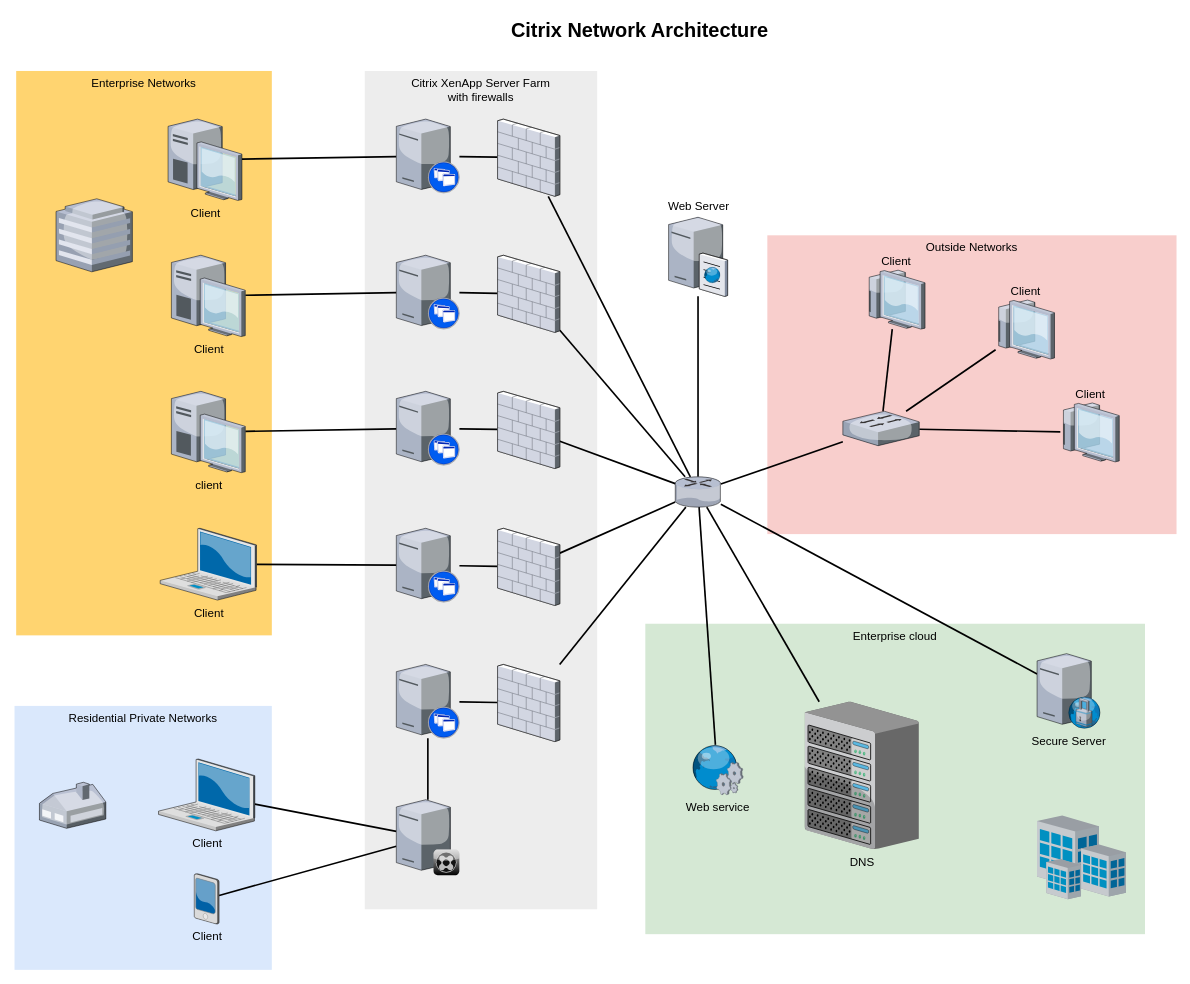
fzied/diagrams keeps this draw.io diagram as symmetryk-infrastructure.drawio. Above is the earlier version. Source tidied: cells renumbered, new cells numbered last; positions are measured from the earlier drawing's top-left corner, leaving out a move shared by most shapes. Both pictures are drawn from the tidied source at 83%, with x=0, y=0 at pixel (14, 14).
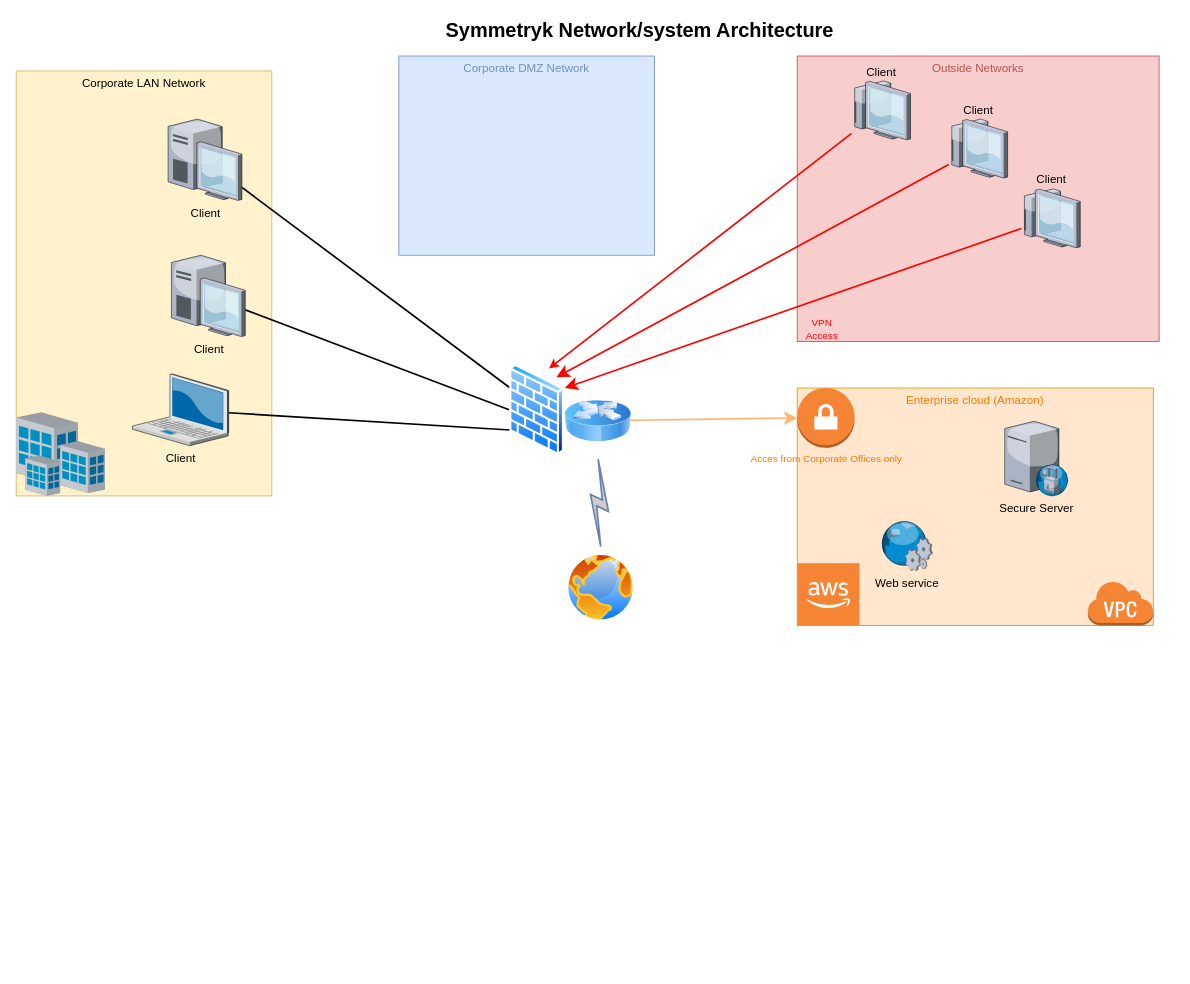
The same diagram, later.

Commit message:
changed infrastructure design

The change refers to these unchanged cells:
```xml
<mxCell id="14" value="Client" style="verticalLabelPosition=bottom;html=1;verticalAlign=top;strokeColor=none;shape=mxgraph.citrix.desktop;fillColor=#66B2FF;gradientColor=#0066CC;fontSize=14;" parent="1" vertex="1">
  <mxGeometry x="189" y="290" width="89" height="98" as="geometry" />
</mxCell>
<mxCell id="16" value="Client" style="verticalLabelPosition=bottom;html=1;verticalAlign=top;strokeColor=none;shape=mxgraph.citrix.desktop;fillColor=#66B2FF;gradientColor=#0066CC;fontSize=14;" parent="1" vertex="1">
  <mxGeometry x="185" y="126" width="89" height="98" as="geometry" />
</mxCell>
```

Diff of the diagram source:
```diff
@@
-    <mxCell id="2" value="Outside Networks" style="whiteSpace=wrap;html=1;fillColor=#f8cecc;fontSize=14;strokeColor=none;verticalAlign=top;" parent="1" vertex="1">
-      <mxGeometry x="907" y="266" width="493" height="360" as="geometry" />
+    <mxCell id="2" value="Outside Networks" style="whiteSpace=wrap;html=1;fillColor=#f8cecc;fontSize=14;strokeColor=#b85450;verticalAlign=top;fontColor=#b85450;" parent="1" vertex="1">
+      <mxGeometry x="943" y="50" width="436" height="344" as="geometry" />
     </mxCell>
-    <mxCell id="3" value="Enterprise cloud" style="whiteSpace=wrap;html=1;fillColor=#d5e8d4;fontSize=14;strokeColor=none;verticalAlign=top;" parent="1" vertex="1">
-      <mxGeometry x="760" y="734" width="602" height="374" as="geometry" />
+    <mxCell id="3" value="Enterprise cloud (Amazon)" style="whiteSpace=wrap;html=1;fillColor=#ffe6cc;fontSize=14;strokeColor=#d79b00;verticalAlign=top;fontColor=#FF7800;" parent="1" vertex="1">
+      <mxGeometry x="943" y="450" width="429" height="286" as="geometry" />
     </mxCell>
-    <mxCell id="4" value="Citrix XenApp Server Farm&lt;div&gt;with firewalls&lt;/div&gt;" style="whiteSpace=wrap;html=1;fillColor=#EDEDED;fontSize=14;strokeColor=none;verticalAlign=top;" parent="1" vertex="1">
-      <mxGeometry x="422" y="68" width="280" height="1010" as="geometry" />
-    </mxCell>
-    <mxCell id="5" value="Residential Private Networks" style="whiteSpace=wrap;html=1;fillColor=#dae8fc;fontSize=14;strokeColor=none;verticalAlign=top;" parent="1" vertex="1">
-      <mxGeometry y="833" width="310" height="318" as="geometry" />
-    </mxCell>
-    <mxCell id="6" value="Enterprise Networks" style="whiteSpace=wrap;html=1;fillColor=#FFD470;gradientColor=none;fontSize=14;strokeColor=none;verticalAlign=top;" parent="1" vertex="1">
-      <mxGeometry x="2" y="68" width="308" height="680" as="geometry" />
+    <mxCell id="6" value="Corporate LAN Network" style="whiteSpace=wrap;html=1;fillColor=#fff2cc;fontSize=14;strokeColor=#d6b656;verticalAlign=top;" parent="1" vertex="1">
+      <mxGeometry x="2" y="68" width="308" height="512" as="geometry" />
     </mxCell>
-    <mxCell id="7" style="edgeStyle=none;rounded=0;html=1;startSize=10;endSize=10;jettySize=auto;fontSize=14;endArrow=none;endFill=0;strokeWidth=2;" parent="1" edge="1" source="8" target="35">
-      <mxGeometry relative="1" as="geometry" />
-    </mxCell>
-    <mxCell id="8" value="Client" style="verticalLabelPosition=bottom;html=1;verticalAlign=top;strokeColor=none;shape=mxgraph.citrix.laptop_2;fillColor=#66B2FF;gradientColor=#0066CC;fontSize=14;" parent="1" vertex="1">
-      <mxGeometry x="173.5" y="897" width="116" height="86.5" as="geometry" />
-    </mxCell>
-    <mxCell id="9" style="edgeStyle=none;rounded=0;html=1;startSize=10;endSize=10;jettySize=auto;fontSize=14;endArrow=none;endFill=0;strokeWidth=2;" parent="1" edge="1" source="10" target="22">
+    <mxCell id="9" style="edgeStyle=none;rounded=0;html=1;startSize=10;endSize=10;jettySize=auto;fontSize=14;endArrow=none;endFill=0;strokeWidth=2;entryX=0;entryY=0.75;entryDx=0;entryDy=0;" parent="1" edge="1" source="10" target="63">
       <mxGeometry relative="1" as="geometry" />
     </mxCell>
     <mxCell id="10" value="Client" style="verticalLabelPosition=bottom;html=1;verticalAlign=top;strokeColor=none;shape=mxgraph.citrix.laptop_2;fillColor=#66B2FF;gradientColor=#0066CC;fontSize=14;" parent="1" vertex="1">
-      <mxGeometry x="175.5" y="619" width="116" height="86.5" as="geometry" />
+      <mxGeometry x="142" y="433" width="116" height="86.5" as="geometry" />
     </mxCell>
-    <mxCell id="11" style="edgeStyle=none;rounded=0;html=1;startSize=10;endSize=10;jettySize=auto;fontSize=14;endArrow=none;endFill=0;strokeWidth=2;" parent="1" edge="1" source="12" target="24">
-      <mxGeometry relative="1" as="geometry" />
-    </mxCell>
-    <mxCell id="12" value="client" style="verticalLabelPosition=bottom;html=1;verticalAlign=top;strokeColor=none;shape=mxgraph.citrix.desktop;fillColor=#66B2FF;gradientColor=#0066CC;fontSize=14;" parent="1" vertex="1">
-      <mxGeometry x="189" y="454" width="89" height="98" as="geometry" />
-    </mxCell>
-    <mxCell id="13" style="edgeStyle=none;rounded=0;html=1;startSize=10;endSize=10;jettySize=auto;fontSize=14;endArrow=none;endFill=0;strokeWidth=2;" parent="1" edge="1" source="14" target="26">
+    <mxCell id="13" style="edgeStyle=none;rounded=0;html=1;startSize=10;endSize=10;jettySize=auto;fontSize=14;endArrow=none;endFill=0;strokeWidth=2;entryX=0;entryY=0.5;entryDx=0;entryDy=0;" parent="1" edge="1" source="14" target="63">
       <mxGeometry relative="1" as="geometry" />
     </mxCell>
@@
-    <mxCell id="15" style="edgeStyle=none;rounded=0;html=1;startSize=10;endSize=10;jettySize=auto;fontSize=14;endArrow=none;endFill=0;strokeWidth=2;" parent="1" edge="1" source="16" target="28">
+    <mxCell id="15" style="edgeStyle=none;rounded=0;html=1;startSize=10;endSize=10;jettySize=auto;fontSize=14;endArrow=none;endFill=0;strokeWidth=2;entryX=0;entryY=0.25;entryDx=0;entryDy=0;" parent="1" edge="1" source="16" target="63">
       <mxGeometry relative="1" as="geometry" />
     </mxCell>
@@
-    <mxCell id="17" style="edgeStyle=none;rounded=0;html=1;startSize=10;endSize=10;jettySize=auto;fontSize=14;endArrow=none;endFill=0;strokeWidth=2;" parent="1" edge="1" source="18" target="35">
-      <mxGeometry relative="1" as="geometry" />
-    </mxCell>
-    <mxCell id="18" value="Client" style="verticalLabelPosition=bottom;html=1;verticalAlign=top;strokeColor=none;shape=mxgraph.citrix.pda;fillColor=#66B2FF;gradientColor=#0066CC;fontSize=14;" parent="1" vertex="1">
-      <mxGeometry x="216.5" y="1035" width="30" height="61" as="geometry" />
-    </mxCell>
-    <mxCell id="19" style="edgeStyle=none;rounded=0;html=1;startSize=10;endSize=10;jettySize=auto;fontSize=14;endArrow=none;endFill=0;strokeWidth=2;" parent="1" edge="1" source="20" target="47">
-      <mxGeometry relative="1" as="geometry" />
-    </mxCell>
-    <mxCell id="20" style="verticalLabelPosition=bottom;html=1;verticalAlign=top;strokeColor=none;shape=mxgraph.citrix.xenapp_server;fillColor=#66B2FF;gradientColor=#0066CC;fontSize=14;" parent="1" vertex="1">
-      <mxGeometry x="460" y="783" width="76" height="89" as="geometry" />
-    </mxCell>
-    <mxCell id="21" style="edgeStyle=none;rounded=0;html=1;startSize=10;endSize=10;jettySize=auto;fontSize=14;endArrow=none;endFill=0;strokeWidth=2;" parent="1" edge="1" source="22" target="45">
-      <mxGeometry relative="1" as="geometry" />
-    </mxCell>
-    <mxCell id="22" style="verticalLabelPosition=bottom;html=1;verticalAlign=top;strokeColor=none;shape=mxgraph.citrix.xenapp_server;fillColor=#66B2FF;gradientColor=#0066CC;fontSize=14;" parent="1" vertex="1">
-      <mxGeometry x="460" y="619" width="76" height="89" as="geometry" />
-    </mxCell>
-    <mxCell id="23" style="edgeStyle=none;rounded=0;html=1;startSize=10;endSize=10;jettySize=auto;fontSize=14;endArrow=none;endFill=0;strokeWidth=2;" parent="1" edge="1" source="24" target="43">
-      <mxGeometry relative="1" as="geometry" />
-    </mxCell>
-    <mxCell id="24" style="verticalLabelPosition=bottom;html=1;verticalAlign=top;strokeColor=none;shape=mxgraph.citrix.xenapp_server;fillColor=#66B2FF;gradientColor=#0066CC;fontSize=14;" parent="1" vertex="1">
-      <mxGeometry x="460" y="454" width="76" height="89" as="geometry" />
-    </mxCell>
-    <mxCell id="25" style="edgeStyle=none;rounded=0;html=1;startSize=10;endSize=10;jettySize=auto;fontSize=14;endArrow=none;endFill=0;strokeWidth=2;" parent="1" edge="1" source="26" target="41">
-      <mxGeometry relative="1" as="geometry" />
-    </mxCell>
-    <mxCell id="26" style="verticalLabelPosition=bottom;html=1;verticalAlign=top;strokeColor=none;shape=mxgraph.citrix.xenapp_server;fillColor=#66B2FF;gradientColor=#0066CC;fontSize=14;" parent="1" vertex="1">
-      <mxGeometry x="460" y="290" width="76" height="89" as="geometry" />
-    </mxCell>
-    <mxCell id="27" style="edgeStyle=none;rounded=0;html=1;startSize=10;endSize=10;jettySize=auto;fontSize=14;endArrow=none;endFill=0;strokeWidth=2;" parent="1" edge="1" source="28" target="39">
-      <mxGeometry relative="1" as="geometry" />
-    </mxCell>
-    <mxCell id="28" style="verticalLabelPosition=bottom;html=1;verticalAlign=top;strokeColor=none;shape=mxgraph.citrix.xenapp_server;fillColor=#66B2FF;gradientColor=#0066CC;fontSize=14;" parent="1" vertex="1">
-      <mxGeometry x="460" y="126" width="76" height="89" as="geometry" />
-    </mxCell>
-    <mxCell id="29" style="edgeStyle=none;rounded=0;html=1;startSize=10;endSize=10;jettySize=auto;fontSize=14;endArrow=none;endFill=0;strokeWidth=2;" parent="1" edge="1" source="33" target="37">
-      <mxGeometry relative="1" as="geometry" />
-    </mxCell>
-    <mxCell id="30" style="edgeStyle=none;rounded=0;html=1;startSize=10;endSize=10;jettySize=auto;fontSize=14;endArrow=none;endFill=0;strokeWidth=2;" parent="1" edge="1" source="33" target="36">
-      <mxGeometry relative="1" as="geometry" />
-    </mxCell>
-    <mxCell id="31" style="edgeStyle=none;rounded=0;html=1;startSize=10;endSize=10;jettySize=auto;fontSize=14;endArrow=none;endFill=0;strokeWidth=2;" parent="1" edge="1" source="33" target="54">
-      <mxGeometry relative="1" as="geometry" />
-    </mxCell>
-    <mxCell id="32" style="edgeStyle=none;rounded=0;html=1;startSize=10;endSize=10;jettySize=auto;fontSize=14;endArrow=none;endFill=0;strokeWidth=2;" parent="1" edge="1" source="33" target="50">
+    <mxCell id="32" style="edgeStyle=none;rounded=0;html=1;startSize=10;endSize=10;jettySize=auto;fontSize=14;endArrow=classic;endFill=1;strokeWidth=2;exitX=0;exitY=0.5;exitDx=0;exitDy=0;strokeColor=#FFB570;entryX=0;entryY=0.5;entryDx=0;entryDy=0;entryPerimeter=0;" parent="1" edge="1" source="62" target="70">
       <mxGeometry relative="1" as="geometry" />
     </mxCell>
-    <mxCell id="33" style="verticalLabelPosition=bottom;html=1;verticalAlign=top;strokeColor=none;shape=mxgraph.citrix.router;fillColor=#66B2FF;gradientColor=#0066CC;fontSize=14;" parent="1" vertex="1">
-      <mxGeometry x="796" y="557" width="55" height="36.5" as="geometry" />
-    </mxCell>
-    <mxCell id="34" style="edgeStyle=none;rounded=0;html=1;startSize=10;endSize=10;jettySize=auto;fontSize=14;endArrow=none;endFill=0;strokeWidth=2;" parent="1" edge="1" source="35" target="20">
-      <mxGeometry relative="1" as="geometry" />
-    </mxCell>
-    <mxCell id="35" style="verticalLabelPosition=bottom;html=1;verticalAlign=top;strokeColor=none;shape=mxgraph.citrix.xenclient_synchronizer;fillColor=#CCCCCC;gradientColor=#000000;gradientDirection=south;fontSize=14;" parent="1" vertex="1">
-      <mxGeometry x="460" y="946" width="76" height="91" as="geometry" />
-    </mxCell>
-    <mxCell id="36" value="Web Server" style="verticalLabelPosition=top;html=1;verticalAlign=bottom;strokeColor=none;shape=mxgraph.citrix.cache_server;fillColor=#66B2FF;gradientColor=#0066CC;fontSize=14;labelPosition=center;align=center;" parent="1" vertex="1">
-      <mxGeometry x="788" y="242" width="71" height="97.5" as="geometry" />
-    </mxCell>
-    <mxCell id="37" value="DNS" style="verticalLabelPosition=bottom;html=1;verticalAlign=top;strokeColor=none;shape=mxgraph.citrix.chassis;fillColor=#66B2FF;gradientColor=#0066CC;fontSize=14;" parent="1" vertex="1">
-      <mxGeometry x="952" y="828" width="137.5" height="177.5" as="geometry" />
-    </mxCell>
-    <mxCell id="38" style="edgeStyle=none;rounded=0;html=1;startSize=10;endSize=10;jettySize=auto;fontSize=14;endArrow=none;endFill=0;strokeWidth=2;" parent="1" edge="1" source="39" target="33">
-      <mxGeometry relative="1" as="geometry" />
-    </mxCell>
-    <mxCell id="39" style="verticalLabelPosition=bottom;html=1;verticalAlign=top;strokeColor=none;shape=mxgraph.citrix.firewall;fillColor=#66B2FF;gradientColor=#0066CC;fontSize=14;" parent="1" vertex="1">
-      <mxGeometry x="582" y="126" width="75" height="93" as="geometry" />
-    </mxCell>
-    <mxCell id="40" style="edgeStyle=none;rounded=0;html=1;startSize=10;endSize=10;jettySize=auto;fontSize=14;endArrow=none;endFill=0;strokeWidth=2;" parent="1" edge="1" source="41" target="33">
-      <mxGeometry relative="1" as="geometry" />
-    </mxCell>
-    <mxCell id="41" style="verticalLabelPosition=bottom;html=1;verticalAlign=top;strokeColor=none;shape=mxgraph.citrix.firewall;fillColor=#66B2FF;gradientColor=#0066CC;fontSize=14;" parent="1" vertex="1">
-      <mxGeometry x="582" y="290" width="75" height="93" as="geometry" />
-    </mxCell>
-    <mxCell id="42" style="edgeStyle=none;rounded=0;html=1;startSize=10;endSize=10;jettySize=auto;fontSize=14;endArrow=none;endFill=0;strokeWidth=2;" parent="1" edge="1" source="43" target="33">
-      <mxGeometry relative="1" as="geometry" />
-    </mxCell>
-    <mxCell id="43" style="verticalLabelPosition=bottom;html=1;verticalAlign=top;strokeColor=none;shape=mxgraph.citrix.firewall;fillColor=#66B2FF;gradientColor=#0066CC;fontSize=14;" parent="1" vertex="1">
-      <mxGeometry x="582" y="454" width="75" height="93" as="geometry" />
-    </mxCell>
-    <mxCell id="44" style="edgeStyle=none;rounded=0;html=1;startSize=10;endSize=10;jettySize=auto;fontSize=14;endArrow=none;endFill=0;strokeWidth=2;" parent="1" edge="1" source="45" target="33">
-      <mxGeometry relative="1" as="geometry" />
-    </mxCell>
-    <mxCell id="45" style="verticalLabelPosition=bottom;html=1;verticalAlign=top;strokeColor=none;shape=mxgraph.citrix.firewall;fillColor=#66B2FF;gradientColor=#0066CC;fontSize=14;" parent="1" vertex="1">
-      <mxGeometry x="582" y="619" width="75" height="93" as="geometry" />
-    </mxCell>
-    <mxCell id="46" style="edgeStyle=none;rounded=0;html=1;startSize=10;endSize=10;jettySize=auto;fontSize=14;endArrow=none;endFill=0;strokeWidth=2;" parent="1" edge="1" source="47" target="33">
-      <mxGeometry relative="1" as="geometry" />
-    </mxCell>
-    <mxCell id="47" style="verticalLabelPosition=bottom;html=1;verticalAlign=top;strokeColor=none;shape=mxgraph.citrix.firewall;fillColor=#66B2FF;gradientColor=#0066CC;fontSize=14;" parent="1" vertex="1">
-      <mxGeometry x="582" y="783" width="75" height="93" as="geometry" />
-    </mxCell>
-    <mxCell id="48" style="verticalLabelPosition=bottom;html=1;verticalAlign=top;strokeColor=none;shape=mxgraph.citrix.home_office;fillColor=#66B2FF;gradientColor=#0066CC;fontSize=14;" parent="1" vertex="1">
-      <mxGeometry x="30" y="925" width="80" height="55.5" as="geometry" />
-    </mxCell>
-    <mxCell id="49" style="verticalLabelPosition=bottom;html=1;verticalAlign=top;strokeColor=none;shape=mxgraph.citrix.hq_enterprise;fillColor=#66B2FF;gradientColor=#0066CC;fontSize=14;" parent="1" vertex="1">
-      <mxGeometry x="50" y="222" width="92" height="88" as="geometry" />
-    </mxCell>
     <mxCell id="50" value="Secure Server" style="verticalLabelPosition=bottom;html=1;verticalAlign=top;strokeColor=none;shape=mxgraph.citrix.proxy_server;fillColor=#66B2FF;gradientColor=#0066CC;fontSize=14;" parent="1" vertex="1">
-      <mxGeometry x="1232" y="770" width="76.5" height="90" as="geometry" />
+      <mxGeometry x="1193" y="490" width="76.5" height="90" as="geometry" />
     </mxCell>
-    <mxCell id="51" style="edgeStyle=none;rounded=0;html=1;startSize=10;endSize=10;jettySize=auto;fontSize=14;endArrow=none;endFill=0;strokeWidth=2;" parent="1" edge="1" source="54" target="57">
+    <mxCell id="51" style="edgeStyle=none;rounded=0;html=1;jettySize=auto;fontSize=14;endArrow=none;endFill=0;strokeWidth=2;exitX=0.75;exitY=0;exitDx=0;exitDy=0;strokeColor=#FF0000;startArrow=classic;startFill=1;" parent="1" edge="1" source="63" target="57">
       <mxGeometry relative="1" as="geometry" />
     </mxCell>
-    <mxCell id="52" style="edgeStyle=none;rounded=0;html=1;startSize=10;endSize=10;jettySize=auto;fontSize=14;endArrow=none;endFill=0;strokeWidth=2;" parent="1" edge="1" source="54" target="56">
+    <mxCell id="52" style="edgeStyle=none;rounded=0;html=1;startSize=10;endSize=10;jettySize=auto;fontSize=14;endArrow=none;endFill=0;strokeWidth=2;exitX=1;exitY=0;exitDx=0;exitDy=0;strokeColor=#FF0000;startArrow=classic;startFill=1;" parent="1" edge="1" source="63" target="56">
       <mxGeometry relative="1" as="geometry" />
     </mxCell>
-    <mxCell id="53" style="edgeStyle=none;rounded=0;html=1;startSize=10;endSize=10;jettySize=auto;fontSize=14;endArrow=none;endFill=0;strokeWidth=2;" parent="1" edge="1" source="54" target="55">
+    <mxCell id="53" style="edgeStyle=none;rounded=0;html=1;startSize=10;endSize=10;jettySize=auto;fontSize=14;endArrow=none;endFill=0;strokeWidth=2;exitX=0;exitY=0;exitDx=0;exitDy=0;strokeColor=#FF0000;startArrow=classic;startFill=1;" parent="1" edge="1" source="62" target="55">
       <mxGeometry relative="1" as="geometry" />
     </mxCell>
-    <mxCell id="54" style="verticalLabelPosition=bottom;html=1;verticalAlign=top;strokeColor=none;shape=mxgraph.citrix.switch;fillColor=#66B2FF;gradientColor=#0066CC;fontSize=14;" parent="1" vertex="1">
-      <mxGeometry x="998" y="478" width="92" height="41.5" as="geometry" />
-    </mxCell>
     <mxCell id="55" value="Client" style="verticalLabelPosition=top;html=1;verticalAlign=bottom;strokeColor=none;shape=mxgraph.citrix.thin_client;fillColor=#66B2FF;gradientColor=#0066CC;fontSize=14;labelPosition=center;align=center;" parent="1" vertex="1">
-      <mxGeometry x="1260" y="468" width="71" height="71" as="geometry" />
+      <mxGeometry x="1213" y="210" width="71" height="71" as="geometry" />
     </mxCell>
     <mxCell id="56" value="Client" style="verticalLabelPosition=top;html=1;verticalAlign=bottom;strokeColor=none;shape=mxgraph.citrix.thin_client;fillColor=#66B2FF;gradientColor=#0066CC;fontSize=14;labelPosition=center;align=center;" parent="1" vertex="1">
-      <mxGeometry x="1182" y="344" width="71" height="71" as="geometry" />
+      <mxGeometry x="1125.5" y="126" width="71" height="71" as="geometry" />
     </mxCell>
     <mxCell id="57" value="Client" style="verticalLabelPosition=top;html=1;verticalAlign=bottom;strokeColor=none;shape=mxgraph.citrix.thin_client;fillColor=#66B2FF;gradientColor=#0066CC;fontSize=14;labelPosition=center;align=center;" parent="1" vertex="1">
-      <mxGeometry x="1026" y="308" width="71" height="71" as="geometry" />
+      <mxGeometry x="1008.5" y="80" width="71" height="71" as="geometry" />
     </mxCell>
-    <mxCell id="58" style="edgeStyle=none;rounded=0;html=1;startSize=10;endSize=10;jettySize=auto;fontSize=14;endArrow=none;endFill=0;strokeWidth=2;" parent="1" edge="1" source="59" target="33">
-      <mxGeometry relative="1" as="geometry" />
-    </mxCell>
     <mxCell id="59" value="Web service" style="verticalLabelPosition=bottom;html=1;verticalAlign=top;strokeColor=none;shape=mxgraph.citrix.web_service;fillColor=#66B2FF;gradientColor=#0066CC;fontSize=14;" parent="1" vertex="1">
-      <mxGeometry x="815" y="880" width="63" height="60" as="geometry" />
+      <mxGeometry x="1043" y="610" width="63" height="60" as="geometry" />
     </mxCell>
     <mxCell id="60" style="verticalLabelPosition=bottom;html=1;verticalAlign=top;strokeColor=none;shape=mxgraph.citrix.site;fillColor=#66B2FF;gradientColor=#0066CC;fontSize=14;" parent="1" vertex="1">
-      <mxGeometry x="1232" y="965" width="107" height="101" as="geometry" />
+      <mxGeometry x="2" y="479" width="107" height="101" as="geometry" />
     </mxCell>
-    <mxCell id="61" value="Citrix Network Architecture" style="text;strokeColor=none;fillColor=none;html=1;fontSize=24;fontStyle=1;verticalAlign=middle;align=center;" parent="1" vertex="1">
+    <mxCell id="61" value="Symmetryk Network/system Architecture" style="text;strokeColor=none;fillColor=none;html=1;fontSize=24;fontStyle=1;verticalAlign=middle;align=center;" parent="1" vertex="1">
       <mxGeometry x="322" width="861" height="40" as="geometry" />
     </mxCell>
+    <mxCell id="62" style="image;html=1;image=img/lib/clip_art/networking/Router_Icon_128x128.png;" parent="1" vertex="1">
+      <mxGeometry x="663" y="450" width="80" height="80" as="geometry" />
+    </mxCell>
+    <mxCell id="63" style="perimeter=ellipsePerimeter;html=1;align=center;shadow=0;dashed=0;spacingTop=3;image;image=img/lib/active_directory/firewall.svg;" parent="1" vertex="1">
+      <mxGeometry x="595.9" y="421.2" width="67.1" height="110" as="geometry" />
+    </mxCell>
+    <mxCell id="64" style="dashed=0;verticalLabelPosition=bottom;verticalAlign=top;align=center;html=1;shape=mxgraph.aws3.virtual_private_cloud;fillColor=#F58534;gradientColor=none;" parent="1" vertex="1">
+      <mxGeometry x="1292.5" y="682" width="79.5" height="54" as="geometry" />
+    </mxCell>
+    <mxCell id="65" style="dashed=0;verticalLabelPosition=bottom;verticalAlign=top;align=center;html=1;shape=mxgraph.aws3.cloud_2;fillColor=#F58534;gradientColor=none;fontColor=#FF7800;" parent="1" vertex="1">
+      <mxGeometry x="943" y="661" width="75" height="75" as="geometry" />
+    </mxCell>
+    <mxCell id="66" style="perimeter=ellipsePerimeter;html=1;align=center;shadow=0;dashed=0;spacingTop=3;image;image=img/lib/active_directory/internet_globe.svg;fontColor=#FF7800;" parent="1" vertex="1">
+      <mxGeometry x="663" y="647" width="87" height="87" as="geometry" />
+    </mxCell>
+    <mxCell id="67" style="html=1;outlineConnect=0;fillColor=#CCCCCC;strokeColor=#6881B3;gradientColor=none;gradientDirection=north;strokeWidth=2;shape=mxgraph.networks.comm_link_edge;html=1;rounded=0;fontColor=#FF7800;entryX=0.5;entryY=1;entryDx=0;entryDy=0;exitX=0.5;exitY=0;exitDx=0;exitDy=0;" parent="1" edge="1" source="66" target="62">
+      <mxGeometry relative="1" as="geometry" />
+    </mxCell>
+    <mxCell id="68" value="Corporate DMZ Network" style="whiteSpace=wrap;html=1;fillColor=#dae8fc;fontSize=14;strokeColor=#6c8ebf;verticalAlign=top;fontColor=#6c8ebf;" parent="1" vertex="1">
+      <mxGeometry x="463" y="50" width="308" height="240" as="geometry" />
+    </mxCell>
+    <mxCell id="69" value="VPN Access" style="text;html=1;strokeColor=none;fillColor=none;align=center;verticalAlign=middle;whiteSpace=wrap;rounded=0;fontColor=#FF0000;" parent="1" vertex="1">
+      <mxGeometry x="943" y="364" width="60" height="30" as="geometry" />
+    </mxCell>
+    <mxCell id="70" value="&lt;font color=&quot;#FF7800&quot;&gt;Acces from Corporate Offices only&lt;/font&gt;" style="outlineConnect=0;dashed=0;verticalLabelPosition=bottom;verticalAlign=top;align=center;html=1;shape=mxgraph.aws3.vpn_gateway;fillColor=#F58534;gradientColor=none;fontColor=#FF0000;" parent="1" vertex="1">
+      <mxGeometry x="943" y="450" width="69" height="72" as="geometry" />
+    </mxCell>
```
